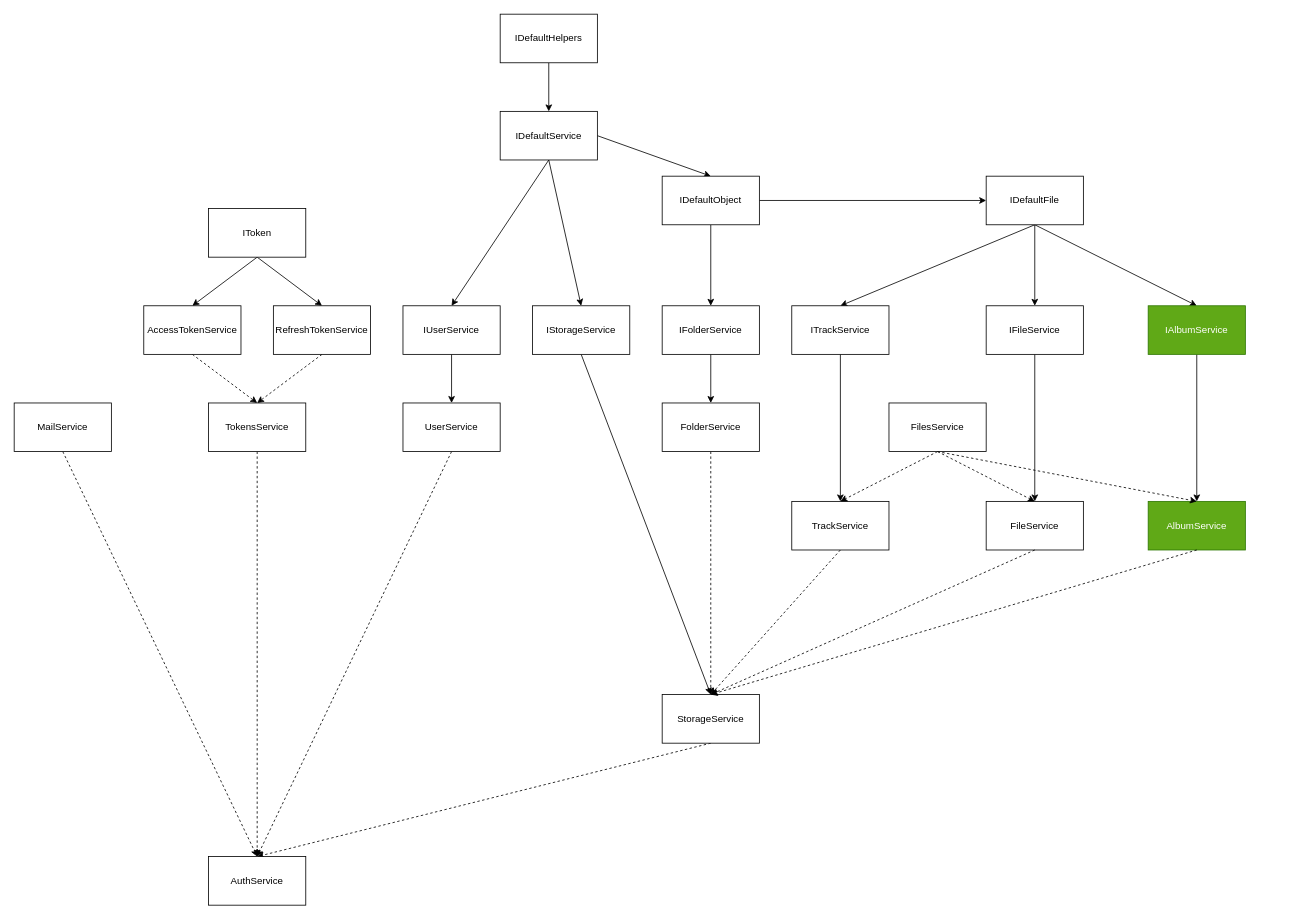
Above: page "Схема" (3 of 3) of project.drawio in WheatleyCODE/storage-server (draw.io), before the change. Source tidied: cells renumbered, new cells numbered last; positions are measured from the earlier drawing's top-left corner, leaving out a move shared by most shapes. Both pictures are drawn from the tidied source at 81%, with x=0, y=0 at pixel (14, 14).
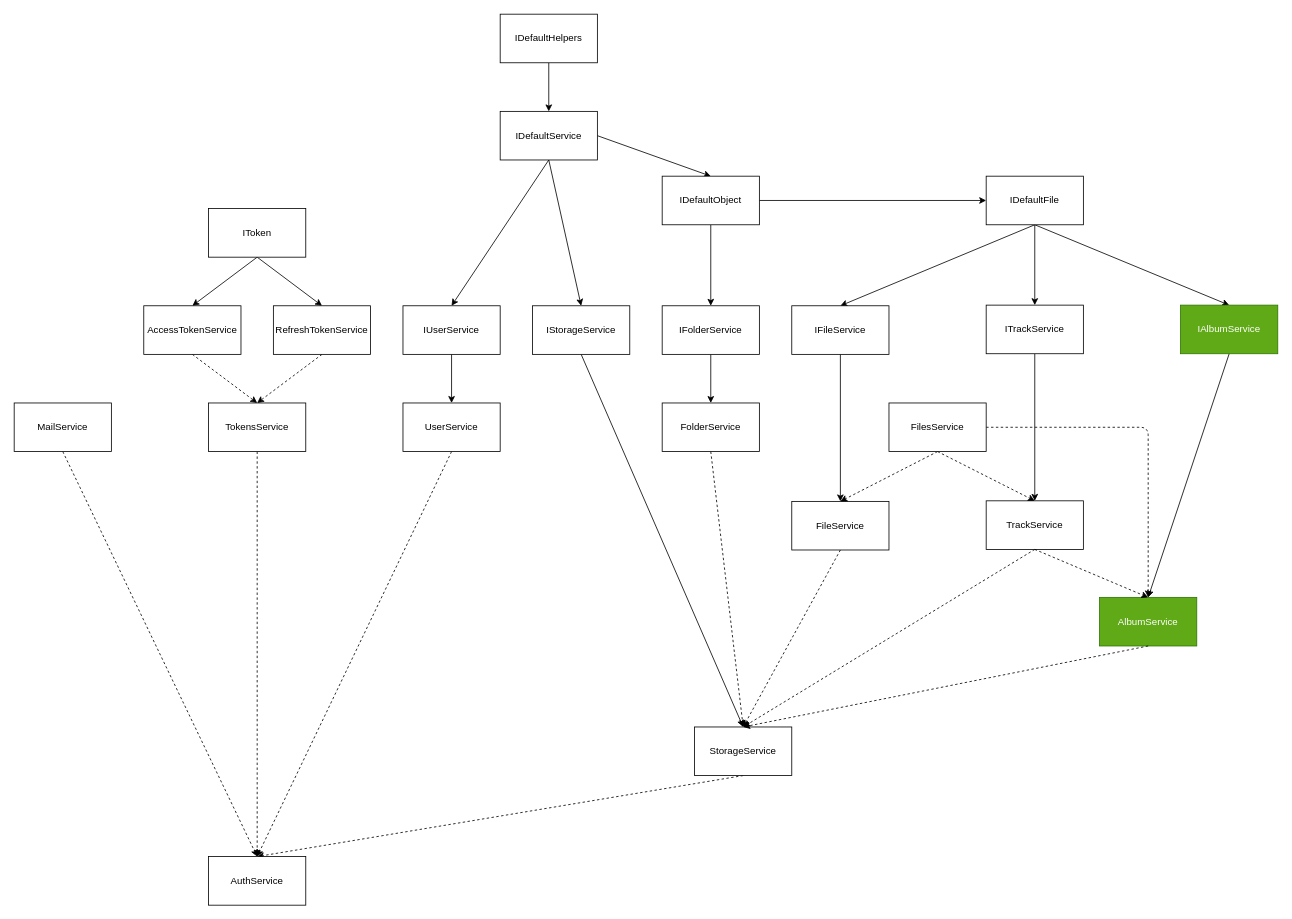
Above is the later version.

The change refers to these unchanged cells:
```xml
<mxCell id="49" value="FilesService" style="rounded=0;whiteSpace=wrap;html=1;" parent="1" vertex="1">
  <mxGeometry x="1080" y="480" width="120" height="60" as="geometry" />
</mxCell>
```

Diff of the diagram source:
```diff
@@
     <mxCell id="27" value="StorageService" style="rounded=0;whiteSpace=wrap;html=1;" parent="1" vertex="1">
-      <mxGeometry x="800" y="840" width="120" height="60" as="geometry" />
+      <mxGeometry x="840" y="880" width="120" height="60" as="geometry" />
     </mxCell>
@@
     <mxCell id="40" value="ITrackService" style="rounded=0;whiteSpace=wrap;html=1;" parent="1" vertex="1">
-      <mxGeometry x="960" y="360" width="120" height="60" as="geometry" />
+      <mxGeometry x="1200" y="359.2" width="120" height="60" as="geometry" />
     </mxCell>
@@
     <mxCell id="42" value="TrackService" style="rounded=0;whiteSpace=wrap;html=1;" parent="1" vertex="1">
-      <mxGeometry x="960" y="601.5" width="120" height="60" as="geometry" />
+      <mxGeometry x="1200" y="600.8" width="120" height="60" as="geometry" />
     </mxCell>
@@
     <mxCell id="44" value="IFileService" style="rounded=0;whiteSpace=wrap;html=1;" parent="1" vertex="1">
-      <mxGeometry x="1200" y="360" width="120" height="60" as="geometry" />
+      <mxGeometry x="960" y="360" width="120" height="60" as="geometry" />
     </mxCell>
     <mxCell id="45" value="FileService" style="rounded=0;whiteSpace=wrap;html=1;" parent="1" vertex="1">
-      <mxGeometry x="1200" y="601.5" width="120" height="60" as="geometry" />
+      <mxGeometry x="960" y="601.5" width="120" height="60" as="geometry" />
     </mxCell>
@@
+    <mxCell id="54" style="edgeStyle=none;html=1;entryX=0.5;entryY=0;entryDx=0;entryDy=0;dashed=1;" parent="1" edge="1" source="49" target="52">
+      <mxGeometry relative="1" as="geometry">
+        <Array as="points">
+          <mxPoint x="1400" y="510" />
+        </Array>
+      </mxGeometry>
+    </mxCell>
@@
     <mxCell id="51" value="IAlbumService" style="rounded=0;whiteSpace=wrap;html=1;fillColor=#60a917;fontColor=#ffffff;strokeColor=#2D7600;" parent="1" vertex="1">
-      <mxGeometry x="1400" y="360" width="120" height="60" as="geometry" />
+      <mxGeometry x="1440" y="359.2" width="120" height="60" as="geometry" />
     </mxCell>
     <mxCell id="52" value="AlbumService" style="rounded=0;whiteSpace=wrap;html=1;fillColor=#60a917;fontColor=#ffffff;strokeColor=#2D7600;" parent="1" vertex="1">
-      <mxGeometry x="1400" y="601.5" width="120" height="60" as="geometry" />
+      <mxGeometry x="1340" y="720" width="120" height="60" as="geometry" />
     </mxCell>
@@
-    <mxCell id="54" style="edgeStyle=none;html=1;exitX=0.5;exitY=1;exitDx=0;exitDy=0;entryX=0.5;entryY=0;entryDx=0;entryDy=0;dashed=1;strokeWidth=1;" parent="1" edge="1" source="49" target="52">
-      <mxGeometry relative="1" as="geometry" />
-    </mxCell>
+    <mxCell id="55" style="edgeStyle=none;html=1;exitX=0.5;exitY=1;exitDx=0;exitDy=0;entryX=0.5;entryY=0;entryDx=0;entryDy=0;dashed=1;" parent="1" edge="1" source="42" target="52">
+      <mxGeometry relative="1" as="geometry" />
+    </mxCell>
```
